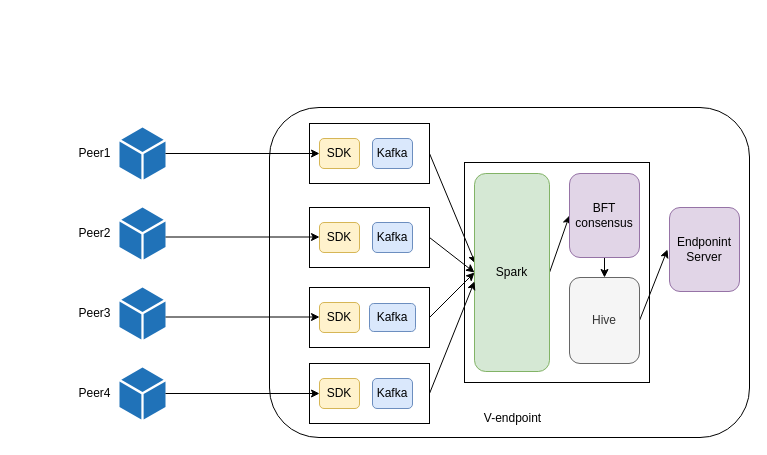
NTT-TNN/draw keeps this draw.io diagram as page "architure" (1 of 3) of V-endpoint.drawio. Above is the earlier version. Source tidied: cells renumbered, new cells numbered last; positions are measured from the earlier drawing's top-left corner, leaving out a move shared by most shapes. Both pictures are drawn from the tidied source at 100%, with x=0, y=0 at pixel (69, 107).
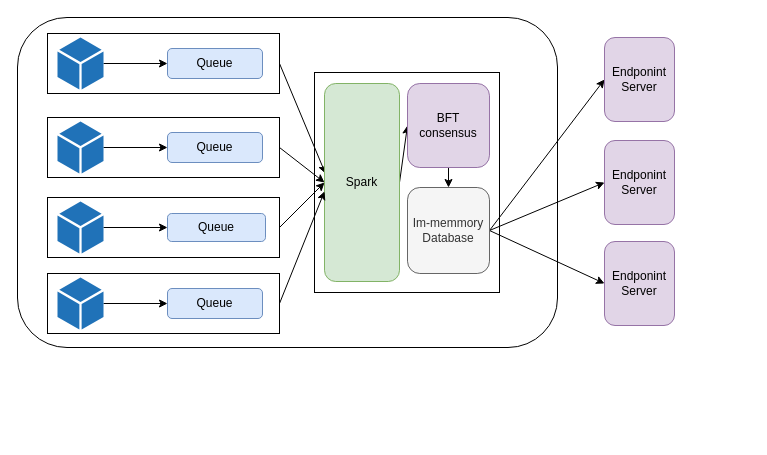
The same diagram, later.

What changed in the source:
```diff
@@
-    <mxCell id="2" style="shadow=0;dashed=0;html=1;strokeColor=none;labelPosition=center;verticalLabelPosition=bottom;verticalAlign=top;outlineConnect=0;align=center;shape=mxgraph.office.concepts.node_generic;fillColor=#2072B8;" parent="1" vertex="1">
-      <mxGeometry x="50" y="20" width="46" height="52" as="geometry" />
-    </mxCell>
-    <mxCell id="3" style="shadow=0;dashed=0;html=1;strokeColor=none;labelPosition=center;verticalLabelPosition=bottom;verticalAlign=top;align=center;shape=mxgraph.office.concepts.node_generic;fillColor=#2072B8;" parent="1" vertex="1">
-      <mxGeometry x="50" y="180" width="46" height="52" as="geometry" />
-    </mxCell>
-    <mxCell id="4" style="shadow=0;dashed=0;html=1;strokeColor=none;labelPosition=center;verticalLabelPosition=bottom;verticalAlign=top;align=center;shape=mxgraph.office.concepts.node_generic;fillColor=#2072B8;" parent="1" vertex="1">
-      <mxGeometry x="50" y="100" width="46" height="52" as="geometry" />
-    </mxCell>
-    <mxCell id="5" style="shadow=0;dashed=0;html=1;strokeColor=none;labelPosition=center;verticalLabelPosition=bottom;verticalAlign=top;align=center;shape=mxgraph.office.concepts.node_generic;fillColor=#2072B8;" parent="1" vertex="1">
-      <mxGeometry x="50" y="260" width="46" height="52" as="geometry" />
-    </mxCell>
-    <mxCell id="6" value="Peer1" style="text;html=1;align=center;verticalAlign=middle;" parent="1" vertex="1">
-      <mxGeometry y="36" width="50" height="20" as="geometry" />
-    </mxCell>
-    <mxCell id="7" value="Peer4" style="text;html=1;align=center;verticalAlign=middle;" parent="1" vertex="1">
-      <mxGeometry y="276" width="50" height="20" as="geometry" />
-    </mxCell>
-    <mxCell id="8" value="Peer3" style="text;html=1;align=center;verticalAlign=middle;" parent="1" vertex="1">
-      <mxGeometry y="196" width="50" height="20" as="geometry" />
-    </mxCell>
-    <mxCell id="9" value="Peer2" style="text;html=1;align=center;verticalAlign=middle;" parent="1" vertex="1">
-      <mxGeometry y="116" width="50" height="20" as="geometry" />
-    </mxCell>
     <mxCell id="10" style="rounded=1;whiteSpace=wrap;html=1;" parent="1" vertex="1">
-      <mxGeometry x="200" width="480" height="330" as="geometry" />
+      <mxGeometry x="-52" y="-90" width="540" height="330" as="geometry" />
     </mxCell>
-    <mxCell id="11" value="V-endpoint" style="text;html=1;align=center;verticalAlign=middle;" parent="1" vertex="1">
-      <mxGeometry x="407.5" y="301" width="70" height="20" as="geometry" />
-    </mxCell>
     <mxCell id="12" style="rounded=0;whiteSpace=wrap;html=1;" parent="1" vertex="1">
-      <mxGeometry x="240" y="16" width="120" height="60" as="geometry" />
+      <mxGeometry x="-22" y="-74" width="232" height="60" as="geometry" />
     </mxCell>
-    <mxCell id="13" style="edgeStyle=orthogonalEdgeStyle;rounded=0;jettySize=auto;html=1;exitX=0;exitY=0.5;exitDx=0;exitDy=0;startArrow=classic;startFill=1;endArrow=none;endFill=0;" parent="1" edge="1" source="14" target="2">
+    <mxCell id="13" style="edgeStyle=orthogonalEdgeStyle;rounded=0;jettySize=auto;html=1;startArrow=classic;startFill=1;endArrow=none;endFill=0;" parent="1" edge="1" source="17" target="42">
       <mxGeometry relative="1" as="geometry" />
     </mxCell>
-    <mxCell id="14" value="SDK" style="rounded=1;whiteSpace=wrap;html=1;fillColor=#fff2cc;strokeColor=#d6b656;" parent="1" vertex="1">
-      <mxGeometry x="250" y="31" width="40" height="30" as="geometry" />
-    </mxCell>
     <mxCell id="15" style="rounded=0;whiteSpace=wrap;html=1;" parent="1" vertex="1">
-      <mxGeometry x="395" y="55" width="185" height="220" as="geometry" />
+      <mxGeometry x="245" y="-35" width="185" height="220" as="geometry" />
     </mxCell>
@@
-    <mxCell id="17" value="Kafka" style="rounded=1;whiteSpace=wrap;html=1;fillColor=#dae8fc;strokeColor=#6c8ebf;" parent="1" vertex="1">
-      <mxGeometry x="303" y="31" width="40" height="30" as="geometry" />
+    <mxCell id="17" value="Queue" style="rounded=1;whiteSpace=wrap;html=1;fillColor=#dae8fc;strokeColor=#6c8ebf;" parent="1" vertex="1">
+      <mxGeometry x="98" y="-59" width="95" height="30" as="geometry" />
     </mxCell>
@@
     <mxCell id="19" value="Spark" style="rounded=1;whiteSpace=wrap;html=1;fillColor=#d5e8d4;strokeColor=#82b366;" parent="1" vertex="1">
-      <mxGeometry x="405" y="66" width="75" height="198" as="geometry" />
+      <mxGeometry x="255" y="-24" width="75" height="198" as="geometry" />
     </mxCell>
@@
     <mxCell id="21" value="BFT consensus" style="rounded=1;whiteSpace=wrap;html=1;fillColor=#e1d5e7;strokeColor=#9673a6;" parent="1" vertex="1">
-      <mxGeometry x="500" y="66" width="70" height="84" as="geometry" />
+      <mxGeometry x="338" y="-24" width="82" height="84" as="geometry" />
     </mxCell>
-    <mxCell id="22" style="edgeStyle=none;rounded=0;jettySize=auto;html=1;exitX=1;exitY=0.5;exitDx=0;exitDy=0;startArrow=none;startFill=0;endArrow=classic;endFill=1;" parent="1" edge="1" source="23">
-      <mxGeometry relative="1" as="geometry">
-        <mxPoint x="598" y="142" as="targetPoint" />
-      </mxGeometry>
+    <mxCell id="22" style="edgeStyle=none;rounded=0;jettySize=auto;html=1;exitX=1;exitY=0.5;exitDx=0;exitDy=0;startArrow=none;startFill=0;endArrow=classic;endFill=1;entryX=0;entryY=0.5;entryDx=0;entryDy=0;" parent="1" edge="1" source="23" target="39">
+      <mxGeometry relative="1" as="geometry" />
     </mxCell>
+    <mxCell id="40" style="edgeStyle=none;rounded=0;jettySize=auto;html=1;exitX=1;exitY=0.5;exitDx=0;exitDy=0;entryX=0;entryY=0.5;entryDx=0;entryDy=0;" parent="1" edge="1" source="23" target="49">
+      <mxGeometry relative="1" as="geometry" />
+    </mxCell>
+    <mxCell id="41" style="edgeStyle=none;rounded=0;jettySize=auto;html=1;exitX=1;exitY=0.5;exitDx=0;exitDy=0;entryX=0;entryY=0.5;entryDx=0;entryDy=0;" parent="1" edge="1" source="23" target="50">
+      <mxGeometry relative="1" as="geometry" />
+    </mxCell>
-    <mxCell id="23" value="Hive" style="rounded=1;whiteSpace=wrap;html=1;fillColor=#f5f5f5;strokeColor=#666666;fontColor=#333333;" parent="1" vertex="1">
-      <mxGeometry x="500" y="170" width="70" height="86" as="geometry" />
+    <mxCell id="23" value="Im-memmory&lt;br&gt;Database" style="rounded=1;whiteSpace=wrap;html=1;fillColor=#f5f5f5;strokeColor=#666666;fontColor=#333333;" parent="1" vertex="1">
+      <mxGeometry x="338" y="80" width="82" height="86" as="geometry" />
     </mxCell>
@@
     <mxCell id="25" style="rounded=0;whiteSpace=wrap;html=1;" parent="1" vertex="1">
-      <mxGeometry x="240" y="100" width="120" height="60" as="geometry" />
+      <mxGeometry x="-22" y="10" width="232" height="60" as="geometry" />
     </mxCell>
-    <mxCell id="26" value="SDK" style="rounded=1;whiteSpace=wrap;html=1;fillColor=#fff2cc;strokeColor=#d6b656;" parent="1" vertex="1">
-      <mxGeometry x="250" y="115" width="40" height="30" as="geometry" />
-    </mxCell>
-    <mxCell id="27" value="Kafka" style="rounded=1;whiteSpace=wrap;html=1;fillColor=#dae8fc;strokeColor=#6c8ebf;" parent="1" vertex="1">
-      <mxGeometry x="303" y="115" width="40" height="30" as="geometry" />
+    <mxCell id="27" value="Queue" style="rounded=1;whiteSpace=wrap;html=1;fillColor=#dae8fc;strokeColor=#6c8ebf;" parent="1" vertex="1">
+      <mxGeometry x="98" y="25" width="95" height="30" as="geometry" />
     </mxCell>
@@
     <mxCell id="29" style="rounded=0;whiteSpace=wrap;html=1;" parent="1" vertex="1">
-      <mxGeometry x="240" y="180" width="120" height="60" as="geometry" />
+      <mxGeometry x="-22" y="90" width="232" height="60" as="geometry" />
     </mxCell>
-    <mxCell id="30" value="SDK" style="rounded=1;whiteSpace=wrap;html=1;fillColor=#fff2cc;strokeColor=#d6b656;" parent="1" vertex="1">
-      <mxGeometry x="250" y="195" width="40" height="30" as="geometry" />
-    </mxCell>
-    <mxCell id="31" value="Kafka" style="rounded=1;whiteSpace=wrap;html=1;fillColor=#dae8fc;strokeColor=#6c8ebf;" parent="1" vertex="1">
-      <mxGeometry x="300" y="196" width="46" height="28" as="geometry" />
+    <mxCell id="31" value="Queue" style="rounded=1;whiteSpace=wrap;html=1;fillColor=#dae8fc;strokeColor=#6c8ebf;" parent="1" vertex="1">
+      <mxGeometry x="98" y="106" width="98" height="28" as="geometry" />
     </mxCell>
@@
     <mxCell id="33" style="rounded=0;whiteSpace=wrap;html=1;" parent="1" vertex="1">
-      <mxGeometry x="240" y="256" width="120" height="60" as="geometry" />
+      <mxGeometry x="-22" y="166" width="232" height="60" as="geometry" />
     </mxCell>
-    <mxCell id="34" value="SDK" style="rounded=1;whiteSpace=wrap;html=1;fillColor=#fff2cc;strokeColor=#d6b656;" parent="1" vertex="1">
-      <mxGeometry x="250" y="271" width="40" height="30" as="geometry" />
-    </mxCell>
-    <mxCell id="35" value="Kafka" style="rounded=1;whiteSpace=wrap;html=1;fillColor=#dae8fc;strokeColor=#6c8ebf;" parent="1" vertex="1">
-      <mxGeometry x="303" y="271" width="40" height="30" as="geometry" />
+    <mxCell id="35" value="Queue" style="rounded=1;whiteSpace=wrap;html=1;fillColor=#dae8fc;strokeColor=#6c8ebf;" parent="1" vertex="1">
+      <mxGeometry x="98" y="181" width="95" height="30" as="geometry" />
     </mxCell>
-    <mxCell id="36" style="edgeStyle=orthogonalEdgeStyle;rounded=0;orthogonalLoop=1;jettySize=auto;html=1;exitX=0;exitY=0.5;exitDx=0;exitDy=0;startArrow=classic;startFill=1;endArrow=none;endFill=0;" parent="1" edge="1">
-      <mxGeometry relative="1" as="geometry">
-        <mxPoint x="250" y="129.5" as="sourcePoint" />
-        <mxPoint x="96" y="129.5" as="targetPoint" />
-      </mxGeometry>
-    </mxCell>
-    <mxCell id="37" style="edgeStyle=orthogonalEdgeStyle;rounded=0;orthogonalLoop=1;jettySize=auto;html=1;exitX=0;exitY=0.5;exitDx=0;exitDy=0;startArrow=classic;startFill=1;endArrow=none;endFill=0;" parent="1" edge="1">
-      <mxGeometry relative="1" as="geometry">
-        <mxPoint x="250" y="209.5" as="sourcePoint" />
-        <mxPoint x="96" y="209.5" as="targetPoint" />
-      </mxGeometry>
-    </mxCell>
-    <mxCell id="38" style="edgeStyle=orthogonalEdgeStyle;rounded=0;jettySize=auto;html=1;startArrow=classic;startFill=1;endArrow=none;endFill=0;" parent="1" edge="1" source="34">
-      <mxGeometry relative="1" as="geometry">
-        <mxPoint x="96" y="286" as="targetPoint" />
-      </mxGeometry>
-    </mxCell>
     <mxCell id="39" value="Endponint Server" style="rounded=1;whiteSpace=wrap;html=1;fillColor=#e1d5e7;strokeColor=#9673a6;" parent="1" vertex="1">
-      <mxGeometry x="600" y="100" width="70" height="84" as="geometry" />
+      <mxGeometry x="535" y="33" width="70" height="84" as="geometry" />
     </mxCell>
+    <mxCell id="42" style="shadow=0;dashed=0;html=1;strokeColor=none;labelPosition=center;verticalLabelPosition=bottom;verticalAlign=top;outlineConnect=0;align=center;shape=mxgraph.office.concepts.node_generic;fillColor=#2072B8;" parent="1" vertex="1">
+      <mxGeometry x="-12" y="-70" width="46" height="52" as="geometry" />
+    </mxCell>
+    <mxCell id="43" style="edgeStyle=orthogonalEdgeStyle;rounded=0;jettySize=auto;html=1;startArrow=classic;startFill=1;endArrow=none;endFill=0;" parent="1" edge="1" source="27" target="44">
+      <mxGeometry relative="1" as="geometry" />
+    </mxCell>
+    <mxCell id="44" style="shadow=0;dashed=0;html=1;strokeColor=none;labelPosition=center;verticalLabelPosition=bottom;verticalAlign=top;outlineConnect=0;align=center;shape=mxgraph.office.concepts.node_generic;fillColor=#2072B8;" parent="1" vertex="1">
+      <mxGeometry x="-12" y="14" width="46" height="52" as="geometry" />
+    </mxCell>
+    <mxCell id="45" style="edgeStyle=orthogonalEdgeStyle;rounded=0;jettySize=auto;html=1;startArrow=classic;startFill=1;endArrow=none;endFill=0;" parent="1" edge="1" source="31" target="46">
+      <mxGeometry relative="1" as="geometry" />
+    </mxCell>
+    <mxCell id="46" style="shadow=0;dashed=0;html=1;strokeColor=none;labelPosition=center;verticalLabelPosition=bottom;verticalAlign=top;outlineConnect=0;align=center;shape=mxgraph.office.concepts.node_generic;fillColor=#2072B8;" parent="1" vertex="1">
+      <mxGeometry x="-12" y="94" width="46" height="52" as="geometry" />
+    </mxCell>
+    <mxCell id="47" style="edgeStyle=orthogonalEdgeStyle;rounded=0;jettySize=auto;html=1;startArrow=classic;startFill=1;endArrow=none;endFill=0;exitX=0;exitY=0.5;exitDx=0;exitDy=0;" parent="1" edge="1" source="35" target="48">
+      <mxGeometry relative="1" as="geometry" />
+    </mxCell>
+    <mxCell id="48" style="shadow=0;dashed=0;html=1;strokeColor=none;labelPosition=center;verticalLabelPosition=bottom;verticalAlign=top;outlineConnect=0;align=center;shape=mxgraph.office.concepts.node_generic;fillColor=#2072B8;" parent="1" vertex="1">
+      <mxGeometry x="-12" y="170" width="46" height="52" as="geometry" />
+    </mxCell>
+    <mxCell id="49" value="Endponint Server" style="rounded=1;whiteSpace=wrap;html=1;fillColor=#e1d5e7;strokeColor=#9673a6;" parent="1" vertex="1">
+      <mxGeometry x="535" y="-70" width="70" height="84" as="geometry" />
+    </mxCell>
+    <mxCell id="50" value="Endponint Server" style="rounded=1;whiteSpace=wrap;html=1;fillColor=#e1d5e7;strokeColor=#9673a6;" parent="1" vertex="1">
+      <mxGeometry x="535" y="134" width="70" height="84" as="geometry" />
+    </mxCell>
```
